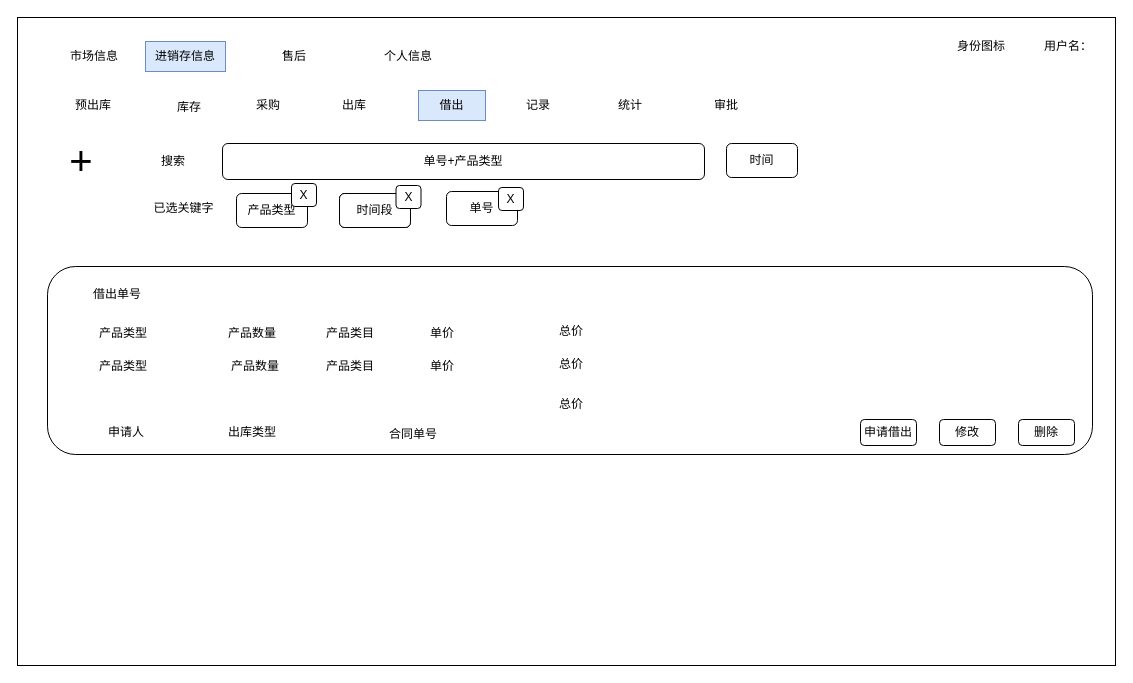
Earlier version of the draw.io diagram page "借出" (5 of 8) of 泰加进销存.drawio (cangwang/news). Source tidied: cells renumbered, new cells numbered last; positions are measured from the earlier drawing's top-left corner, leaving out a move shared by most shapes. Both pictures are drawn from the tidied source at 100%, with x=0, y=0 at pixel (17, 17).
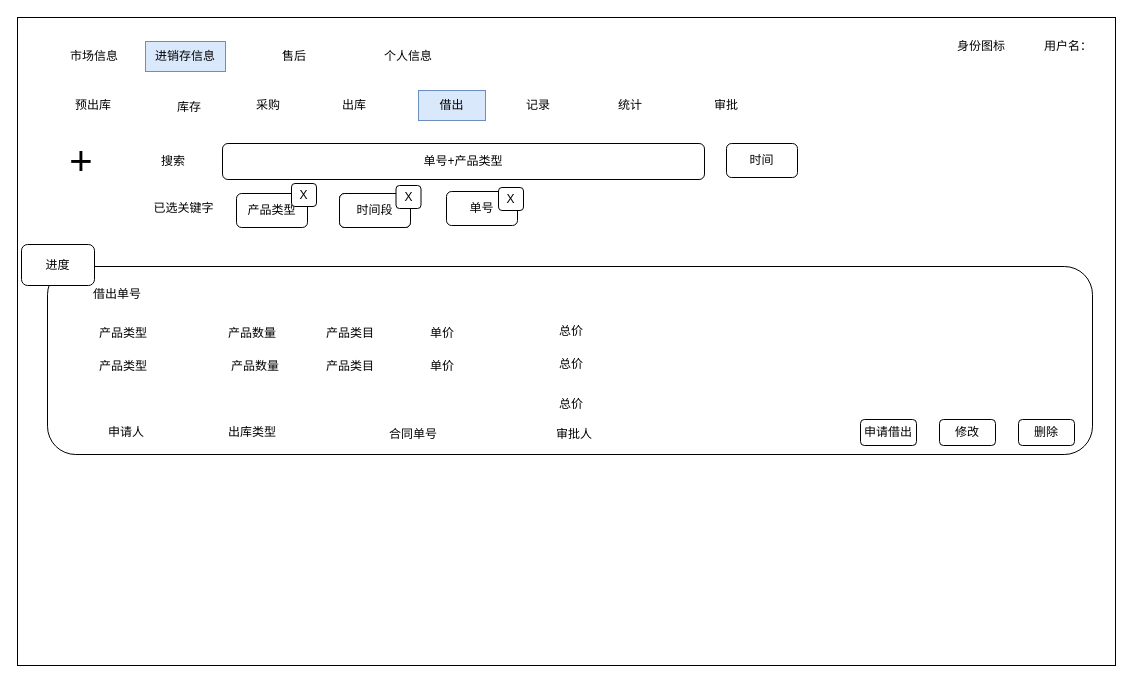
The same diagram, later.

Change to the diagram source:
```diff
@@
+    <mxCell id="48" value="进度" style="rounded=1;whiteSpace=wrap;html=1;" parent="1" vertex="1">
+      <mxGeometry x="4" y="227" width="73" height="41" as="geometry" />
+    </mxCell>
+    <mxCell id="49" value="审批人" style="text;html=1;strokeColor=none;fillColor=none;align=center;verticalAlign=middle;whiteSpace=wrap;rounded=0;" parent="1" vertex="1">
+      <mxGeometry x="527" y="402" width="60" height="30" as="geometry" />
+    </mxCell>
```
